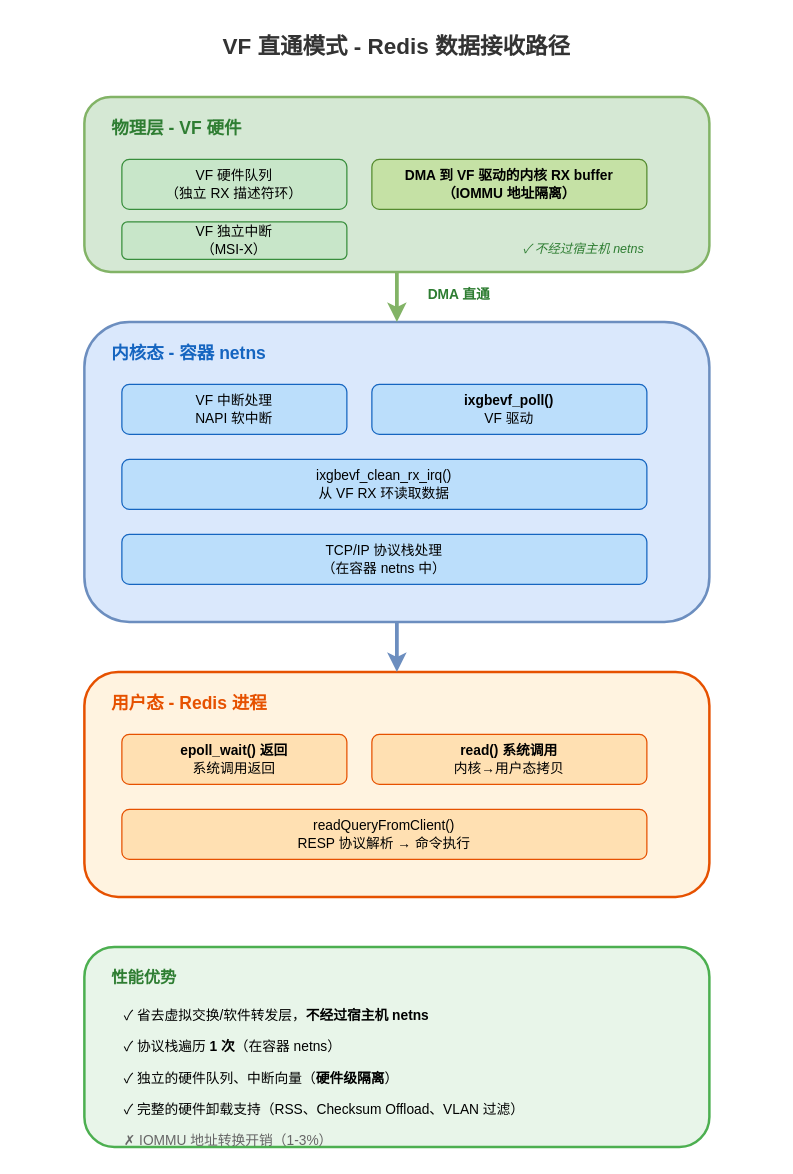
Above: diagrams/redis/redis_rx_vf.drawio in fsqHub/docker-sriov-plugin (draw.io), before the change. Source tidied: cells renumbered, new cells numbered last; positions are measured from the earlier drawing's top-left corner, leaving out a move shared by most shapes. Both pictures are drawn from the tidied source at 125%, with x=0, y=0 at pixel (21, 21).
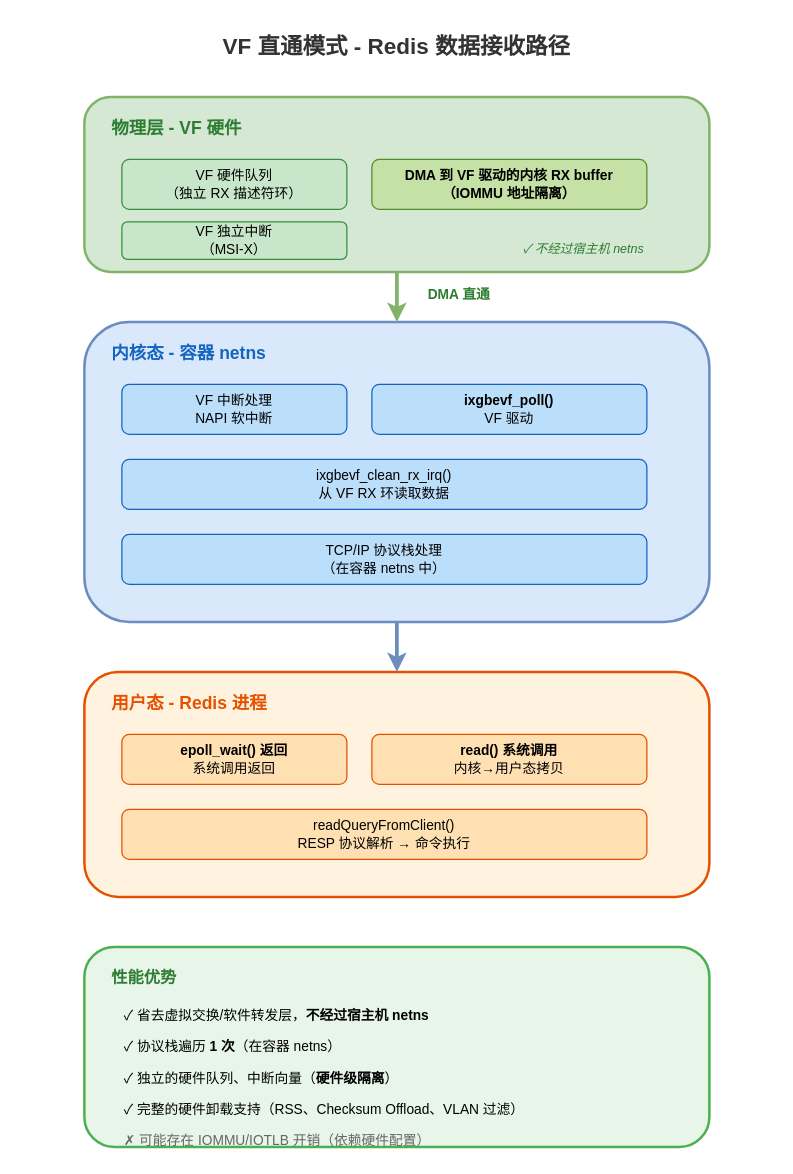
The same diagram, later.

What changed in the source:
```diff
@@
-    <mxCell id="29" value="✗ IOMMU 地址转换开销（1-3%）" style="text;html=1;align=left;verticalAlign=middle;whiteSpace=wrap;fontSize=11;fontColor=#666;" parent="1" vertex="1">
+    <mxCell id="29" value="✗ 可能存在 IOMMU/IOTLB 开销（依赖硬件配置）" style="text;html=1;align=left;verticalAlign=middle;whiteSpace=wrap;fontSize=11;fontColor=#666;" parent="1" vertex="1">
       <mxGeometry x="80" y="885" width="300" height="20" as="geometry" />
     </mxCell>
```
